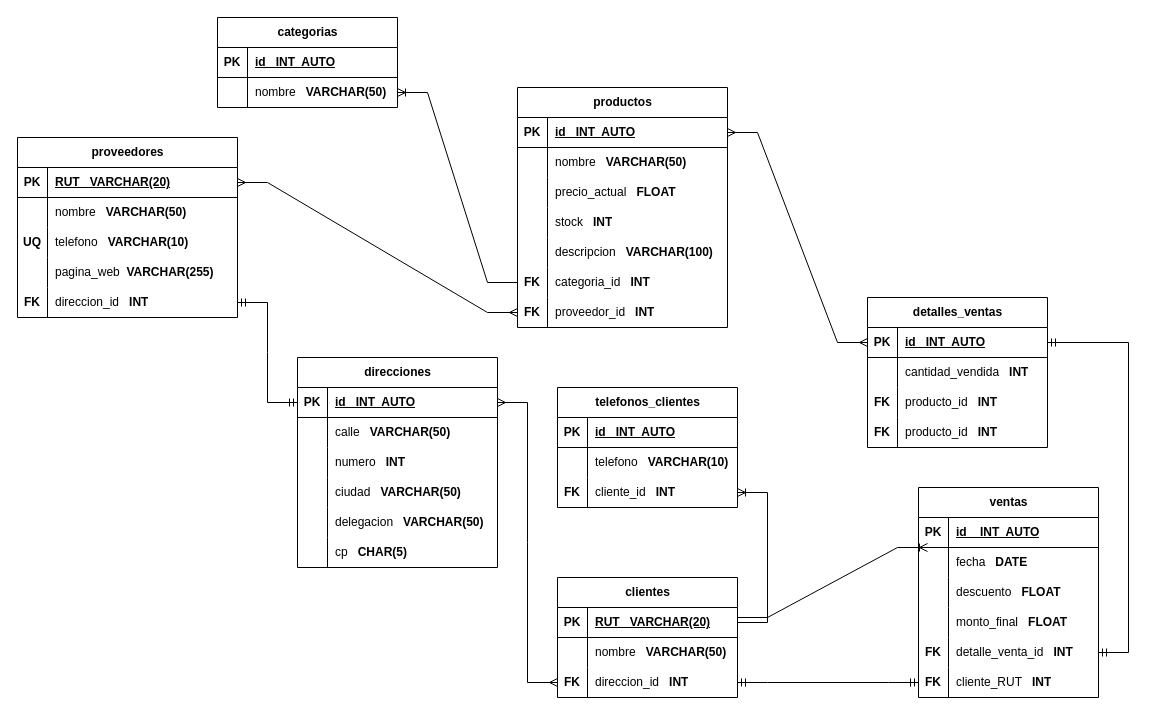
The draw.io diagram db_diagrams/ModeloRelacional-BD.drawio in carolinapineda/Servicio-De-Ventas, before the edit. Source tidied: cells renumbered, new cells numbered last; positions are measured from the earlier drawing's top-left corner, leaving out a move shared by most shapes. Both pictures are drawn from the tidied source at 100%, with x=0, y=0 at pixel (17, 17).
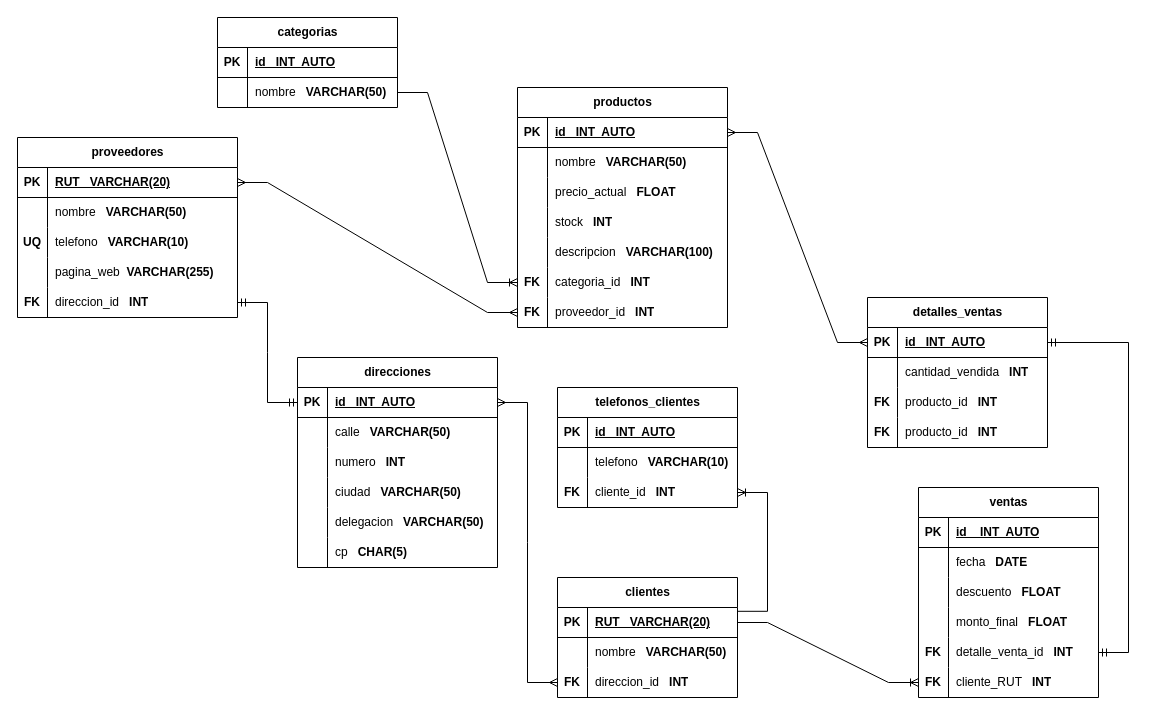
After the change.

The change refers to these unchanged cells:
```xml
<mxCell id="19" style="shape=tableRow;horizontal=0;startSize=0;swimlaneHead=0;swimlaneBody=0;fillColor=none;points=[[0,0.5],[1,0.5]];portConstraint=eastwest;top=0;left=0;right=0;bottom=1;" parent="18" vertex="1">
  <mxGeometry y="30" width="180" height="30" as="geometry" />
</mxCell>
<mxCell id="25" style="shape=tableRow;horizontal=0;startSize=0;swimlaneHead=0;swimlaneBody=0;fillColor=none;points=[[0,0.5],[1,0.5]];portConstraint=eastwest;top=0;left=0;right=0;bottom=0;" parent="18" vertex="1">
  <mxGeometry y="90" width="180" height="30" as="geometry" />
</mxCell>
<mxCell id="35" style="shape=tableRow;horizontal=0;startSize=0;swimlaneHead=0;swimlaneBody=0;fillColor=none;points=[[0,0.5],[1,0.5]];portConstraint=eastwest;top=0;left=0;right=0;bottom=0;" parent="28" vertex="1">
  <mxGeometry y="90" width="180" height="30" as="geometry" />
</mxCell>
<mxCell id="73" style="shape=tableRow;horizontal=0;startSize=0;swimlaneHead=0;swimlaneBody=0;fillColor=none;points=[[0,0.5],[1,0.5]];portConstraint=eastwest;top=0;left=0;right=0;bottom=0;" parent="57" vertex="1">
  <mxGeometry y="180" width="210" height="30" as="geometry" />
</mxCell>
<mxCell id="83" style="shape=tableRow;horizontal=0;startSize=0;swimlaneHead=0;swimlaneBody=0;fillColor=none;points=[[0,0.5],[1,0.5]];portConstraint=eastwest;top=0;left=0;right=0;bottom=0;" parent="79" vertex="1">
  <mxGeometry y="60" width="180" height="30" as="geometry" />
</mxCell>
<mxCell id="102" style="shape=tableRow;horizontal=0;startSize=0;swimlaneHead=0;swimlaneBody=0;fillColor=none;points=[[0,0.5],[1,0.5]];portConstraint=eastwest;top=0;left=0;right=0;bottom=0;" parent="86" vertex="1">
  <mxGeometry y="180" width="180" height="30" as="geometry" />
</mxCell>
```

The edit, as a diff of the source:
```diff
@@
-    <mxCell id="119" style="edgeStyle=entityRelationEdgeStyle;fontSize=12;html=1;endArrow=ERoneToMany;rounded=0;exitX=1;exitY=0.5;exitDx=0;exitDy=0;entryX=1;entryY=0.5;entryDx=0;entryDy=0;" parent="1" edge="1" source="19" target="35">
-      <mxGeometry relative="1" as="geometry" />
+    <mxCell id="119" style="edgeStyle=entityRelationEdgeStyle;fontSize=12;html=1;endArrow=ERoneToMany;rounded=0;exitX=0.998;exitY=0.127;exitDx=0;exitDy=0;exitPerimeter=0;" parent="1" edge="1" source="19" target="35">
+      <mxGeometry relative="1" as="geometry">
+        <Array as="points">
+          <mxPoint x="799" y="495" />
+        </Array>
+      </mxGeometry>
     </mxCell>
-    <mxCell id="120" style="edgeStyle=entityRelationEdgeStyle;fontSize=12;html=1;endArrow=ERoneToMany;rounded=0;entryX=0;entryY=0.5;entryDx=0;entryDy=0;" parent="1" edge="1">
-      <mxGeometry relative="1" as="geometry">
-        <mxPoint x="720" y="600" as="sourcePoint" />
-        <mxPoint x="910" y="530" as="targetPoint" />
-      </mxGeometry>
+    <mxCell id="120" style="edgeStyle=entityRelationEdgeStyle;fontSize=12;html=1;endArrow=ERoneToMany;rounded=0;entryX=0;entryY=0.5;entryDx=0;entryDy=0;exitX=1;exitY=0.5;exitDx=0;exitDy=0;" parent="1" edge="1" source="19" target="102">
+      <mxGeometry relative="1" as="geometry" />
     </mxCell>
@@
-    <mxCell id="122" style="edgeStyle=entityRelationEdgeStyle;fontSize=12;html=1;endArrow=ERmandOne;startArrow=ERmandOne;rounded=0;exitX=1;exitY=0.5;exitDx=0;exitDy=0;entryX=0;entryY=0.5;entryDx=0;entryDy=0;" parent="1" edge="1" source="25" target="102">
-      <mxGeometry relative="1" as="geometry" />
-    </mxCell>
@@
-    <mxCell id="126" style="edgeStyle=entityRelationEdgeStyle;fontSize=12;html=1;endArrow=ERoneToMany;rounded=0;exitX=0;exitY=0.5;exitDx=0;exitDy=0;entryX=1;entryY=0.5;entryDx=0;entryDy=0;" parent="1" edge="1" source="73" target="83">
-      <mxGeometry relative="1" as="geometry" />
+    <mxCell id="126" style="edgeStyle=entityRelationEdgeStyle;fontSize=12;html=1;endArrow=ERoneToMany;rounded=0;exitX=1;exitY=0.5;exitDx=0;exitDy=0;entryX=0;entryY=0.5;entryDx=0;entryDy=0;" parent="1" edge="1" source="83" target="73">
+      <mxGeometry relative="1" as="geometry">
+        <Array as="points">
+          <mxPoint x="480" y="260" />
+        </Array>
+      </mxGeometry>
     </mxCell>
```
